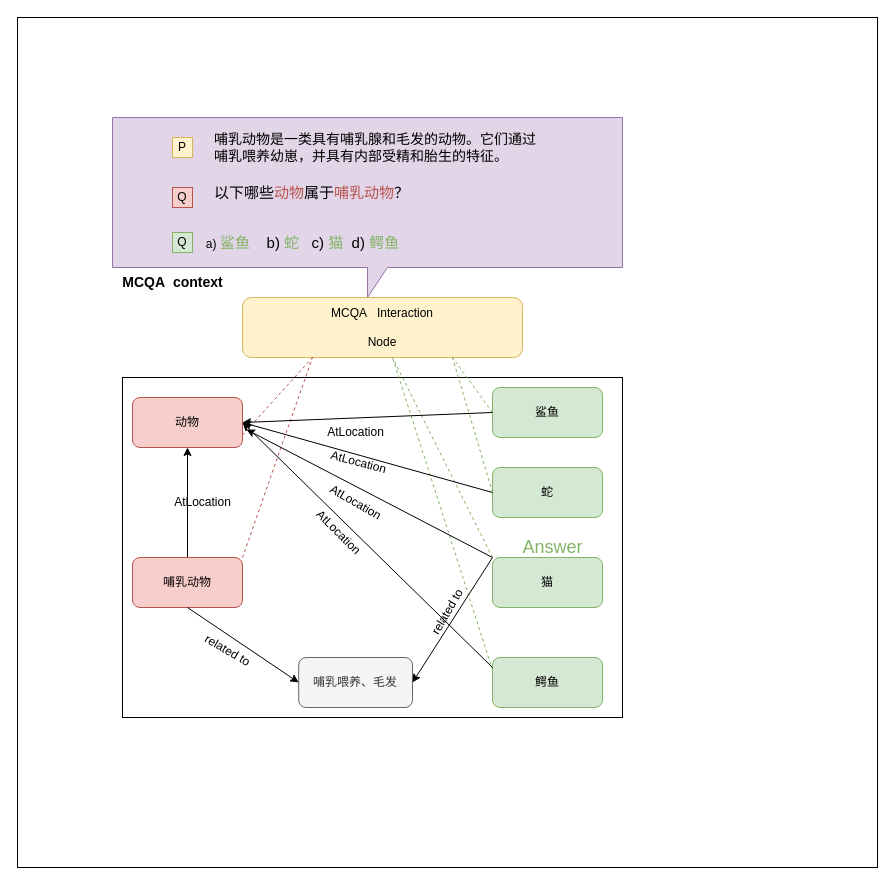
Above: page "第 7 页" (7 of 8) of img/未命名绘图.drawio in Chenjingxue/ubiquitous-octo-garbanzo (draw.io), before the change. Source tidied: cells renumbered, new cells numbered last; positions are measured from the earlier drawing's top-left corner, leaving out a move shared by most shapes. Both pictures are drawn from the tidied source at 100%, with x=0, y=0 at pixel (17, 17).
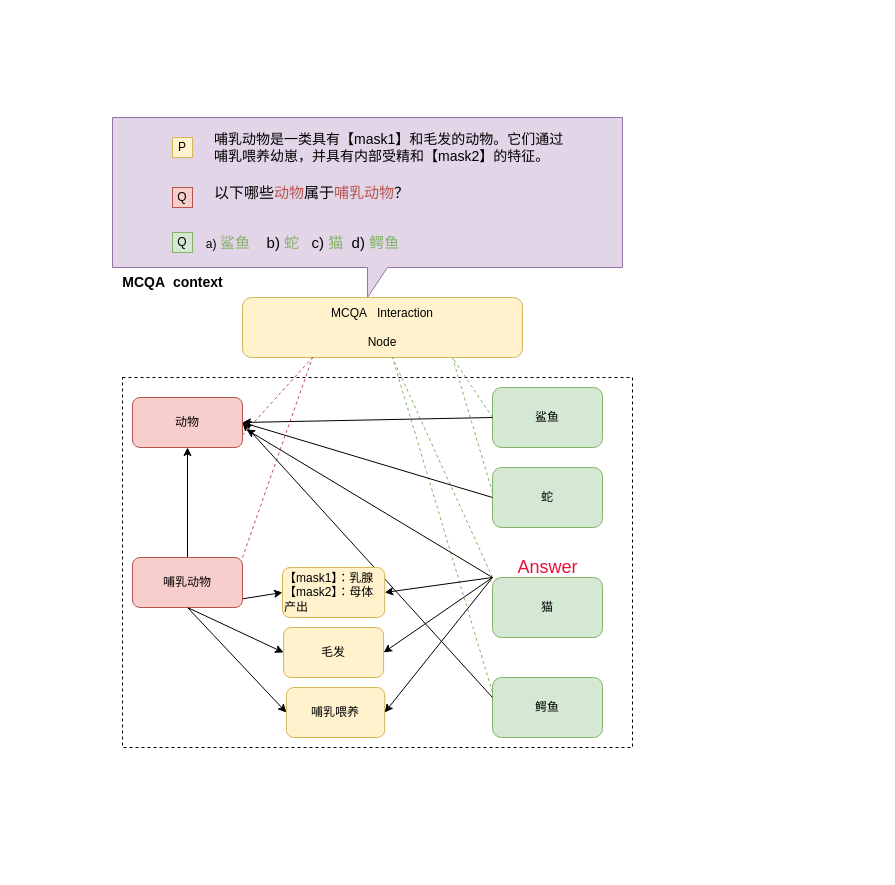
The same diagram, later.

Unchanged cells that the change refers to:
```xml
<mxCell id="6" value="动物" style="rounded=1;whiteSpace=wrap;html=1;fillColor=#f8cecc;strokeColor=#b85450;" parent="1" vertex="1">
  <mxGeometry x="115" y="380" width="110" height="50" as="geometry" />
</mxCell>
<mxCell id="8" value="哺乳动物" style="rounded=1;whiteSpace=wrap;html=1;fillColor=#f8cecc;strokeColor=#b85450;" parent="1" vertex="1">
  <mxGeometry x="115" y="540" width="110" height="50" as="geometry" />
</mxCell>
```

Diff of the diagram source:
```diff
@@
-    <mxCell id="2" style="rounded=0;whiteSpace=wrap;html=1;" parent="1" vertex="1">
-      <mxGeometry width="860" height="850" as="geometry" />
-    </mxCell>
-    <mxCell id="3" style="rounded=0;whiteSpace=wrap;html=1;" parent="1" vertex="1">
-      <mxGeometry x="105" y="360" width="500" height="340" as="geometry" />
-    </mxCell>
+    <mxCell id="41" style="rounded=0;whiteSpace=wrap;html=1;dashed=1;" parent="1" vertex="1">
+      <mxGeometry x="105" y="360" width="510" height="370" as="geometry" />
+    </mxCell>
@@
+    <mxCell id="42" style="edgeStyle=none;rounded=0;jettySize=auto;html=1;exitX=0.5;exitY=1;exitDx=0;exitDy=0;entryX=0;entryY=0.5;entryDx=0;entryDy=0;elbow=vertical;" parent="1" edge="1" source="8" target="45">
+      <mxGeometry relative="1" as="geometry" />
+    </mxCell>
+    <mxCell id="43" style="edgeStyle=none;rounded=0;jettySize=auto;html=1;exitX=0.5;exitY=1;exitDx=0;exitDy=0;entryX=0;entryY=0.5;entryDx=0;entryDy=0;elbow=vertical;" parent="1" edge="1" source="8" target="47">
+      <mxGeometry relative="1" as="geometry" />
+    </mxCell>
@@
     <mxCell id="9" value="鲨鱼" style="rounded=1;whiteSpace=wrap;html=1;fillColor=#d5e8d4;strokeColor=#82b366;" parent="1" vertex="1">
-      <mxGeometry x="475" y="370" width="110" height="50" as="geometry" />
+      <mxGeometry x="475" y="370" width="110" height="60" as="geometry" />
     </mxCell>
     <mxCell id="10" value="蛇" style="rounded=1;whiteSpace=wrap;html=1;fillColor=#d5e8d4;strokeColor=#82b366;" parent="1" vertex="1">
-      <mxGeometry x="475" y="450" width="110" height="50" as="geometry" />
+      <mxGeometry x="475" y="450" width="110" height="60" as="geometry" />
     </mxCell>
+    <mxCell id="44" style="edgeStyle=none;rounded=0;jettySize=auto;html=1;exitX=0;exitY=0;exitDx=0;exitDy=0;entryX=1;entryY=0.5;entryDx=0;entryDy=0;elbow=vertical;" parent="1" edge="1" source="11" target="47">
+      <mxGeometry relative="1" as="geometry" />
+    </mxCell>
     <mxCell id="11" value="猫" style="rounded=1;whiteSpace=wrap;html=1;fillColor=#d5e8d4;strokeColor=#82b366;" parent="1" vertex="1">
-      <mxGeometry x="475" y="540" width="110" height="50" as="geometry" />
+      <mxGeometry x="475" y="560" width="110" height="60" as="geometry" />
     </mxCell>
     <mxCell id="12" value="鳄鱼" style="rounded=1;whiteSpace=wrap;html=1;fillColor=#d5e8d4;strokeColor=#82b366;" parent="1" vertex="1">
-      <mxGeometry x="475" y="640" width="110" height="50" as="geometry" />
+      <mxGeometry x="475" y="660" width="110" height="60" as="geometry" />
     </mxCell>
@@
-    <mxCell id="21" style="endArrow=classic;html=1;rounded=0;exitX=0;exitY=0;exitDx=0;exitDy=0;entryX=1.036;entryY=0.64;entryDx=0;entryDy=0;entryPerimeter=0;" parent="1" edge="1" source="11" target="6">
-      <mxGeometry relative="1" as="geometry" />
+    <mxCell id="21" style="endArrow=classic;html=1;rounded=0;entryX=1.036;entryY=0.64;entryDx=0;entryDy=0;entryPerimeter=0;" parent="1" edge="1" target="6">
+      <mxGeometry relative="1" as="geometry">
+        <mxPoint x="475" y="560" as="sourcePoint" />
+      </mxGeometry>
     </mxCell>
     <mxCell id="22" style="endArrow=classic;html=1;rounded=0;entryX=1;entryY=0.5;entryDx=0;entryDy=0;" parent="1" edge="1" target="6">
       <mxGeometry relative="1" as="geometry">
-        <mxPoint x="475" y="650" as="sourcePoint" />
+        <mxPoint x="475" y="680" as="sourcePoint" />
       </mxGeometry>
     </mxCell>
-    <mxCell id="23" value="哺乳喂养、毛发" style="rounded=1;whiteSpace=wrap;html=1;fillColor=#f5f5f5;fontColor=#333333;strokeColor=#666666;" parent="1" vertex="1">
-      <mxGeometry x="281.2" y="640" width="113.8" height="50" as="geometry" />
+    <mxCell id="23" value="哺乳喂养" style="rounded=1;whiteSpace=wrap;html=1;fillColor=#fff2cc;strokeColor=#d6b656;" parent="1" vertex="1">
+      <mxGeometry x="268.9" y="670" width="98.3" height="50" as="geometry" />
     </mxCell>
@@
-    <mxCell id="25" style="endArrow=classic;html=1;rounded=0;exitX=0;exitY=0;exitDx=0;exitDy=0;entryX=1;entryY=0.5;entryDx=0;entryDy=0;" parent="1" edge="1" source="11" target="23">
-      <mxGeometry relative="1" as="geometry" />
+    <mxCell id="25" style="endArrow=classic;html=1;rounded=0;entryX=1;entryY=0.5;entryDx=0;entryDy=0;" parent="1" edge="1" target="23">
+      <mxGeometry relative="1" as="geometry">
+        <mxPoint x="475" y="560" as="sourcePoint" />
+      </mxGeometry>
     </mxCell>
-    <mxCell id="26" value="AtLocation" style="text;html=1;align=center;verticalAlign=middle;strokeColor=none;fillColor=none;" parent="1" vertex="1">
-      <mxGeometry x="298.1" y="400" width="80" height="30" as="geometry" />
-    </mxCell>
-    <mxCell id="27" value="AtLocation" style="text;html=1;align=center;verticalAlign=middle;strokeColor=none;fillColor=none;rotation=15;" parent="1" vertex="1">
-      <mxGeometry x="301.2" y="430" width="80" height="30" as="geometry" />
-    </mxCell>
-    <mxCell id="28" value="related to" style="text;html=1;align=center;verticalAlign=middle;strokeColor=none;fillColor=none;rotation=30;" parent="1" vertex="1">
-      <mxGeometry x="175" y="618" width="70" height="30" as="geometry" />
-    </mxCell>
-    <mxCell id="29" value="AtLocation" style="text;html=1;align=center;verticalAlign=middle;strokeColor=none;fillColor=none;rotation=30;" parent="1" vertex="1">
-      <mxGeometry x="298.1" y="470" width="80" height="30" as="geometry" />
-    </mxCell>
-    <mxCell id="30" value="AtLocation" style="text;html=1;align=center;verticalAlign=middle;strokeColor=none;fillColor=none;rotation=45;" parent="1" vertex="1">
-      <mxGeometry x="281.2" y="500" width="80" height="30" as="geometry" />
-    </mxCell>
-    <mxCell id="31" value="AtLocation" style="text;html=1;align=center;verticalAlign=middle;strokeColor=none;fillColor=none;rotation=0;" parent="1" vertex="1">
-      <mxGeometry x="145" y="470" width="80" height="30" as="geometry" />
-    </mxCell>
-    <mxCell id="32" value="related to" style="text;html=1;align=center;verticalAlign=middle;strokeColor=none;fillColor=none;rotation=-60;" parent="1" vertex="1">
-      <mxGeometry x="395" y="580" width="70" height="30" as="geometry" />
-    </mxCell>
-    <mxCell id="33" value="&lt;font color=&quot;#82b366&quot; style=&quot;font-size: 18px;&quot;&gt;Answer&lt;/font&gt;" style="text;html=1;align=center;verticalAlign=middle;strokeColor=none;fillColor=none;" parent="1" vertex="1">
-      <mxGeometry x="495" y="510" width="80" height="40" as="geometry" />
+    <mxCell id="33" value="&lt;font color=&quot;#ec0e3a&quot; style=&quot;font-size: 18px;&quot;&gt;Answer&lt;/font&gt;" style="text;html=1;align=center;verticalAlign=middle;strokeColor=none;fillColor=none;" parent="1" vertex="1">
+      <mxGeometry x="490" y="530" width="80" height="40" as="geometry" />
     </mxCell>
@@
-    <mxCell id="35" value="&lt;font style=&quot;font-size: 14px;&quot;&gt;哺乳动物是一类具有哺乳腺和毛发的动物。它们通过&lt;br&gt;哺乳喂养幼崽，并具有内部受精和胎生的特征。&lt;/font&gt;" style="text;html=1;align=left;verticalAlign=middle;strokeColor=none;fillColor=none;strokeWidth=0;" parent="1" vertex="1">
-      <mxGeometry x="195" y="105" width="350" height="50" as="geometry" />
+    <mxCell id="35" value="&lt;font style=&quot;font-size: 14px;&quot;&gt;哺乳动物是一类具有【mask1】和毛发的动物。它们通过&lt;br&gt;哺乳喂养幼崽，并具有内部受精和【mask2】的特征。&lt;/font&gt;" style="text;html=1;align=left;verticalAlign=middle;strokeColor=none;fillColor=none;strokeWidth=0;" parent="1" vertex="1">
+      <mxGeometry x="195" y="105" width="370" height="50" as="geometry" />
     </mxCell>
@@
+    <mxCell id="45" value="&lt;div style=&quot;&quot;&gt;&lt;span style=&quot;background-color: initial;&quot;&gt;【mask1】：乳腺&lt;/span&gt;&lt;/div&gt;【mask2】：母体产出" style="rounded=1;whiteSpace=wrap;html=1;fillColor=#fff2cc;strokeColor=#d6b656;align=left;" parent="1" vertex="1">
+      <mxGeometry x="265" y="550" width="102.2" height="50" as="geometry" />
+    </mxCell>
+    <mxCell id="46" style="endArrow=classic;html=1;rounded=0;elbow=vertical;entryX=1;entryY=0.5;entryDx=0;entryDy=0;exitX=0;exitY=0;exitDx=0;exitDy=0;" parent="1" edge="1" source="11" target="45">
+      <mxGeometry relative="1" as="geometry" />
+    </mxCell>
+    <mxCell id="47" value="毛发" style="rounded=1;whiteSpace=wrap;html=1;fillColor=#fff2cc;strokeColor=#d6b656;" parent="1" vertex="1">
+      <mxGeometry x="266.1" y="610" width="100" height="50" as="geometry" />
+    </mxCell>
```
